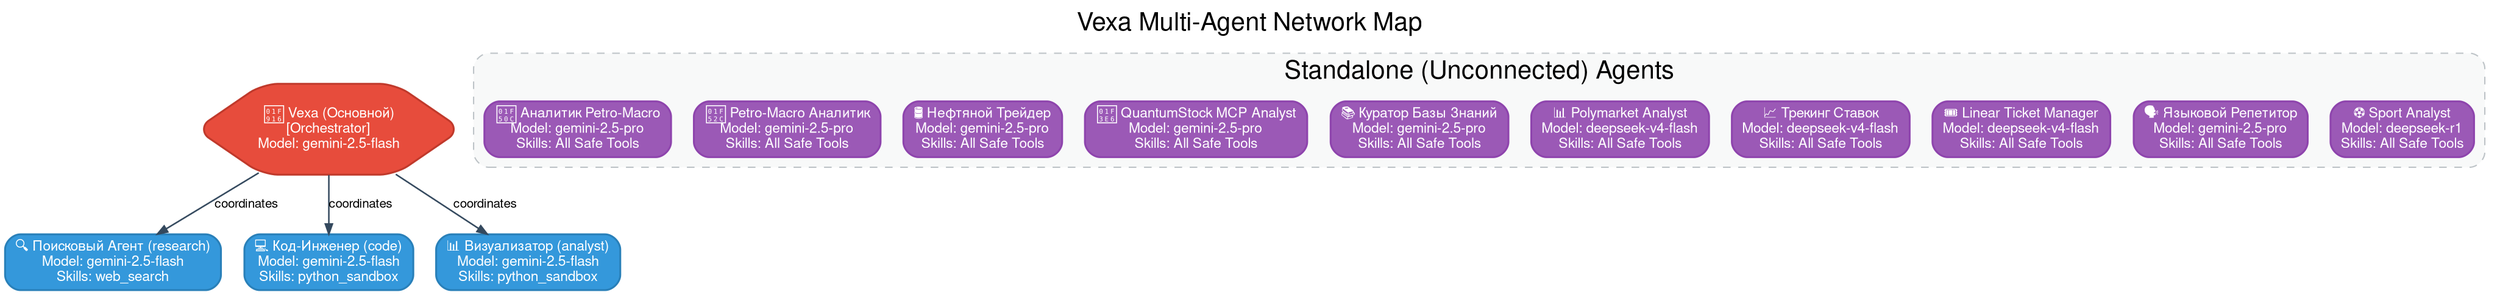
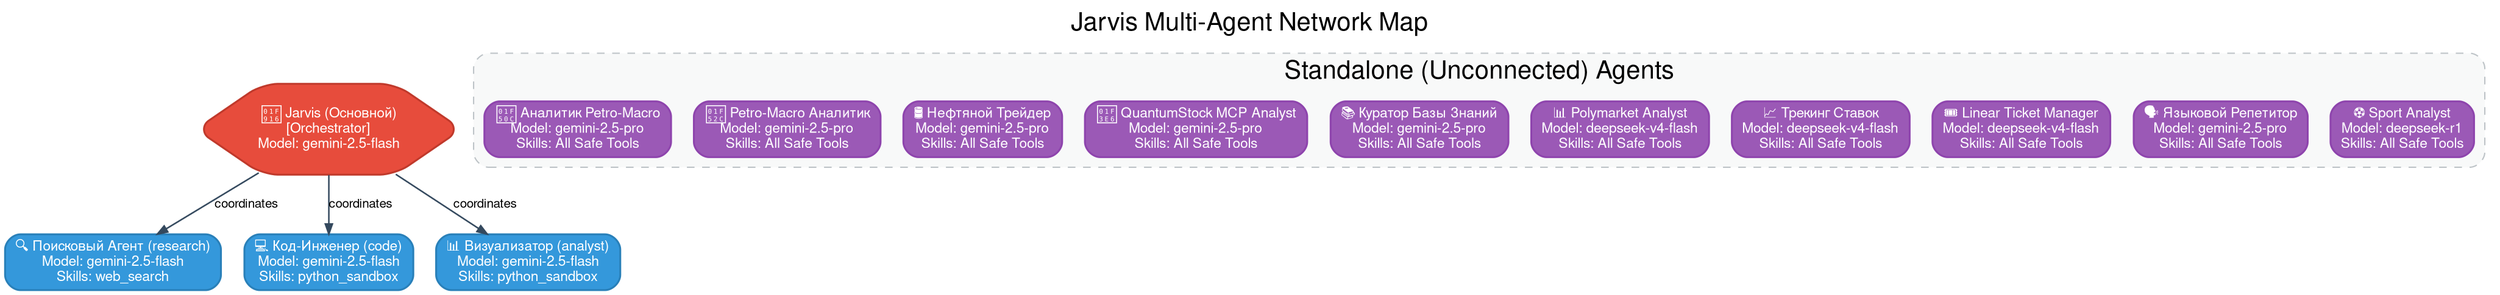
- digraph VexaAgentNetwork {
+ digraph JarvisAgentNetwork {
    rankdir=TB;
    fontname="Helvetica,Arial,sans-serif";
-     label="Vexa Multi-Agent Network Map";
+     label="Jarvis Multi-Agent Network Map";
    labelloc="t";
    fontsize=20;

    // Nodes style settings
    node [
        fontname="Helvetica,Arial,sans-serif",
        fontsize=11,
        shape=box,
        style="filled,rounded",
        color="#2C3E50",
        fillcolor="#ECF0F1",
        fontcolor="#2C3E50",
        penwidth=1.5
    ];

    edge [
        fontname="Helvetica,Arial,sans-serif",
        fontsize=10,
        color="#34495E",
        penwidth=1.2,
        arrowsize=0.8
    ];

    // Orchestrator Node Style
    node [fillcolor="#E74C3C", fontcolor="#FFFFFF", color="#C0392B", shape=hexagon];
-     vexa [label="🤖 Vexa (Основной)\n[Orchestrator]\nModel: gemini-2.5-flash"];
+     jarvis [label="🤖 Jarvis (Основной)\n[Orchestrator]\nModel: gemini-2.5-flash"];

    // Connected Subagents Style
    node [fillcolor="#3498DB", fontcolor="#FFFFFF", color="#2980B9", shape=box];
    research [label="🔍 Поисковый Агент (research)\nModel: gemini-2.5-flash\nSkills: web_search"];
    code [label="💻 Код-Инженер (code)\nModel: gemini-2.5-flash\nSkills: python_sandbox"];
    analyst [label="📊 Визуализатор (analyst)\nModel: gemini-2.5-flash\nSkills: python_sandbox"];

    // Hierarchical Links
-     vexa -> research [label="coordinates"];
-     vexa -> code [label="coordinates"];
-     vexa -> analyst [label="coordinates"];
+     jarvis -> research [label="coordinates"];
+     jarvis -> code [label="coordinates"];
+     jarvis -> analyst [label="coordinates"];

    // Standalone Agents Style (different color)
    node [fillcolor="#9B59B6", fontcolor="#FFFFFF", color="#8E44AD", shape=box];

    sports_analyst [label="⚽ Sport Analyst\nModel: deepseek-r1\nSkills: All Safe Tools"];
    language_tutor [label="🗣️ Языковой Репетитор\nModel: gemini-2.5-pro\nSkills: All Safe Tools"];
    linear_ticket_manager [label="🎟️ Linear Ticket Manager\nModel: deepseek-v4-flash\nSkills: All Safe Tools"];
    betting_tracker [label="📈 Трекинг Ставок\nModel: deepseek-v4-flash\nSkills: All Safe Tools"];
    pm_analyst [label="📊 Polymarket Analyst\nModel: deepseek-v4-flash\nSkills: All Safe Tools"];
    knowledge_curator [label="📚 Куратор Базы Знаний\nModel: gemini-2.5-pro\nSkills: All Safe Tools"];
    quantum_stock_mcp [label="🏦 QuantumStock MCP Analyst\nModel: gemini-2.5-pro\nSkills: All Safe Tools"];
    oil_trader [label="🛢️ Нефтяной Трейдер\nModel: gemini-2.5-pro\nSkills: All Safe Tools"];
    petro_macro [label="🔬 Petro-Macro Аналитик\nModel: gemini-2.5-pro\nSkills: All Safe Tools"];
    petro_macro_analyst [label="🔌 Аналитик Petro-Macro\nModel: gemini-2.5-pro\nSkills: All Safe Tools"];

    // Group standalone nodes in a visual boundary/subgraph
    subgraph cluster_standalone {
        label="Standalone (Unconnected) Agents";
        style="dashed,rounded";
        color="#BDC3C7";
        bgcolor="#F8F9F9";

        sports_analyst;
        language_tutor;
        linear_ticket_manager;
        betting_tracker;
        pm_analyst;
        knowledge_curator;
        quantum_stock_mcp;
        oil_trader;
        petro_macro;
        petro_macro_analyst;
    }
}
